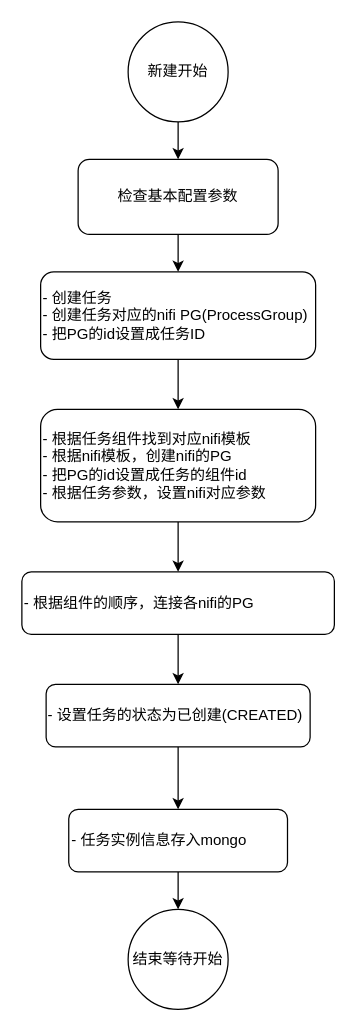
This is page "任务创建流程" (10 of 13) of 自助式接入.drawio from dophinlife/drawio, a draw.io file, before an edit. Source tidied: cells renumbered, new cells numbered last; positions are measured from the earlier drawing's top-left corner, leaving out a move shared by most shapes. Both pictures are drawn from the tidied source at 125%, with x=0, y=0 at pixel (21, 21).
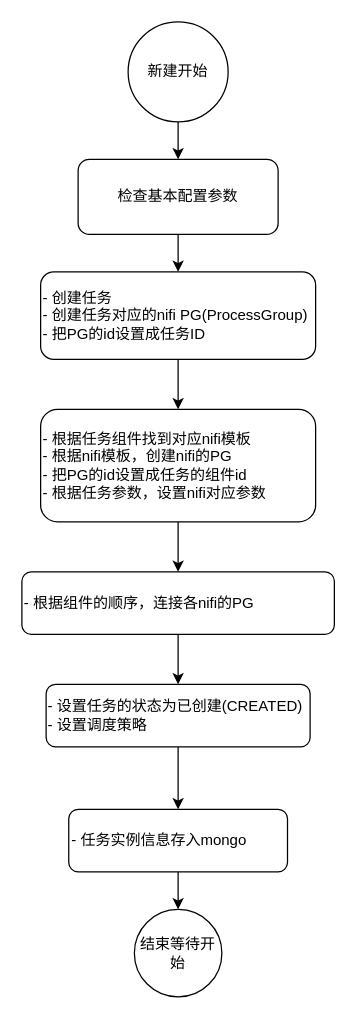
After the change.

The edit, as a diff of the source:
```diff
@@
 <mxGraphModel>
   <root>
     <mxCell id="0" />
     <mxCell id="1" parent="0" />
     <mxCell id="2" style="edgeStyle=orthogonalEdgeStyle;rounded=0;jettySize=auto;html=1;exitX=0.5;exitY=1;exitDx=0;exitDy=0;entryX=0.5;entryY=0;entryDx=0;entryDy=0;fontSize=12;" parent="1" edge="1" source="3" target="7">
       <mxGeometry relative="1" as="geometry" />
     </mxCell>
     <mxCell id="3" value="检查基本配置参数" style="rounded=1;whiteSpace=wrap;html=1;fontSize=12;align=center;" parent="1" vertex="1">
       <mxGeometry x="45" y="110" width="160" height="60" as="geometry" />
     </mxCell>
     <mxCell id="4" style="edgeStyle=orthogonalEdgeStyle;rounded=0;jettySize=auto;html=1;entryX=0.5;entryY=0;entryDx=0;entryDy=0;fontSize=12;" parent="1" edge="1" source="5" target="3">
       <mxGeometry relative="1" as="geometry" />
     </mxCell>
     <mxCell id="5" value="&lt;span style=&quot;white-space: normal; font-size: 12px;&quot;&gt;新建开始&lt;/span&gt;" style="ellipse;whiteSpace=wrap;html=1;fontSize=12;align=center;" parent="1" vertex="1">
       <mxGeometry x="85" width="80" height="80" as="geometry" />
     </mxCell>
     <mxCell id="6" style="edgeStyle=orthogonalEdgeStyle;rounded=0;jettySize=auto;html=1;entryX=0.5;entryY=0;entryDx=0;entryDy=0;fontSize=12;" parent="1" edge="1" source="7" target="9">
       <mxGeometry relative="1" as="geometry" />
     </mxCell>
     <mxCell id="7" value="- 创建任务&lt;br style=&quot;font-size: 12px&quot;&gt;- 创建任务对应的nifi PG(ProcessGroup)&lt;br style=&quot;font-size: 12px&quot;&gt;- 把PG的id设置成任务ID" style="rounded=1;whiteSpace=wrap;html=1;fontSize=12;align=left;" parent="1" vertex="1">
       <mxGeometry x="15" y="200" width="220" height="70" as="geometry" />
     </mxCell>
     <mxCell id="8" style="edgeStyle=orthogonalEdgeStyle;rounded=0;jettySize=auto;html=1;entryX=0.5;entryY=0;entryDx=0;entryDy=0;fontSize=12;" parent="1" edge="1" source="9" target="11">
       <mxGeometry relative="1" as="geometry" />
     </mxCell>
     <mxCell id="9" value="- 根据任务组件找到对应nifi模板&lt;br style=&quot;font-size: 12px&quot;&gt;- 根据nifi模板，创建nifi的PG&lt;br style=&quot;font-size: 12px&quot;&gt;- 把PG的id设置成任务的组件id&lt;br style=&quot;font-size: 12px&quot;&gt;- 根据任务参数，设置nifi对应参数" style="rounded=1;whiteSpace=wrap;html=1;fontSize=12;align=left;" parent="1" vertex="1">
       <mxGeometry x="15" y="310" width="220" height="90" as="geometry" />
     </mxCell>
     <mxCell id="10" style="edgeStyle=orthogonalEdgeStyle;rounded=0;jettySize=auto;html=1;exitX=0.5;exitY=1;exitDx=0;exitDy=0;fontSize=12;" parent="1" edge="1" source="11" target="13">
       <mxGeometry relative="1" as="geometry" />
     </mxCell>
     <mxCell id="11" value="- 根据组件的顺序，连接各nifi的PG" style="rounded=1;whiteSpace=wrap;html=1;fontSize=12;align=left;" parent="1" vertex="1">
       <mxGeometry y="440" width="250" height="50" as="geometry" />
     </mxCell>
     <mxCell id="12" style="edgeStyle=orthogonalEdgeStyle;rounded=0;jettySize=auto;html=1;exitX=0.5;exitY=1;exitDx=0;exitDy=0;fontSize=12;" parent="1" edge="1" source="13" target="15">
       <mxGeometry relative="1" as="geometry" />
     </mxCell>
-    <mxCell id="13" value="- 设置任务的状态为已创建(CREATED)" style="rounded=1;whiteSpace=wrap;html=1;fontSize=12;align=left;" parent="1" vertex="1">
+    <mxCell id="13" value="- 设置任务的状态为已创建(CREATED)&lt;br&gt;- 设置调度策略" style="rounded=1;whiteSpace=wrap;html=1;fontSize=12;align=left;" parent="1" vertex="1">
       <mxGeometry x="19.4" y="530" width="211.2" height="50" as="geometry" />
     </mxCell>
     <mxCell id="14" style="edgeStyle=orthogonalEdgeStyle;rounded=0;jettySize=auto;html=1;fontSize=12;" parent="1" edge="1" source="15" target="16">
       <mxGeometry relative="1" as="geometry" />
     </mxCell>
     <mxCell id="15" value="- 任务实例信息存入mongo" style="rounded=1;whiteSpace=wrap;html=1;fontSize=12;align=left;" parent="1" vertex="1">
       <mxGeometry x="37.5" y="630" width="175" height="50" as="geometry" />
     </mxCell>
     <mxCell id="16" value="&lt;span style=&quot;white-space: normal; font-size: 12px;&quot;&gt;结束等待开始&lt;/span&gt;" style="ellipse;whiteSpace=wrap;html=1;fontSize=12;align=center;" parent="1" vertex="1">
-      <mxGeometry x="85" y="710" width="80" height="80" as="geometry" />
+      <mxGeometry x="90" y="710" width="70" height="70" as="geometry" />
     </mxCell>
   </root>
 </mxGraphModel>
```
